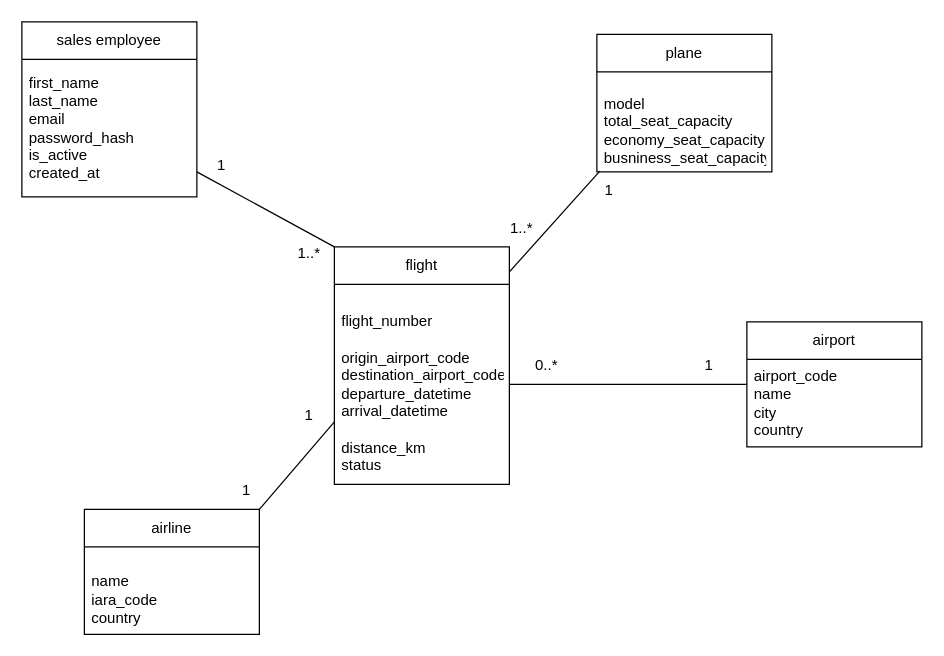
The draw.io diagram domain model search flight.drawio in Mike-keu/pr, before the edit. Source tidied: cells renumbered, new cells numbered last; positions are measured from the earlier drawing's top-left corner, leaving out a move shared by most shapes. Both pictures are drawn from the tidied source at 125%, with x=0, y=0 at pixel (21, 21).
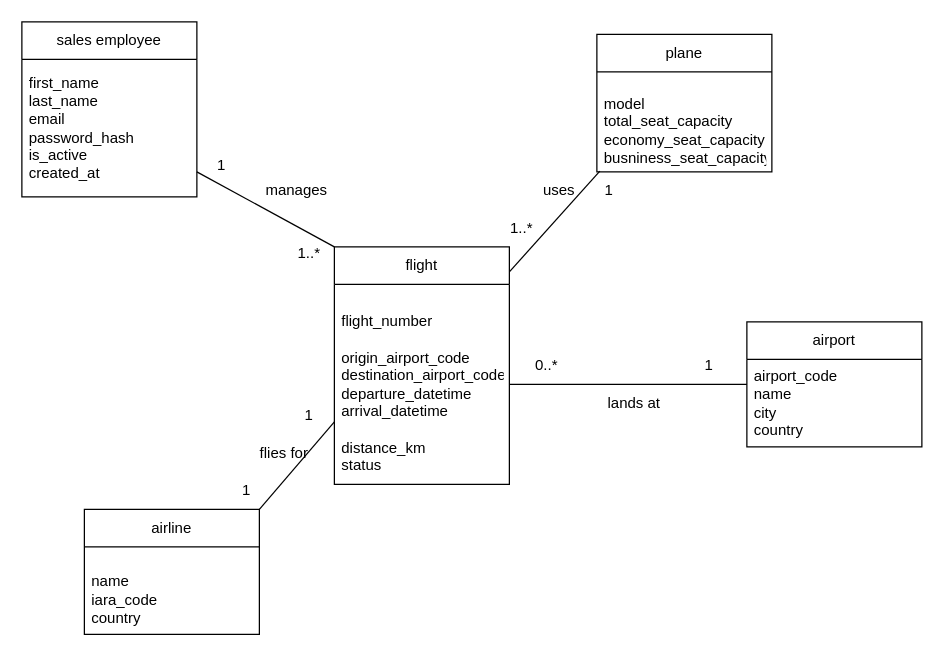
After the change.

Diff of the diagram source:
```diff
@@
+    <mxCell id="24" value="manages" style="text;html=1;whiteSpace=wrap;strokeColor=none;fillColor=none;align=center;verticalAlign=middle;rounded=0;" parent="1" vertex="1">
+      <mxGeometry x="190" y="120" width="60" height="30" as="geometry" />
+    </mxCell>
+    <mxCell id="25" value="lands at" style="text;html=1;whiteSpace=wrap;strokeColor=none;fillColor=none;align=center;verticalAlign=middle;rounded=0;" parent="1" vertex="1">
+      <mxGeometry x="460" y="290" width="60" height="30" as="geometry" />
+    </mxCell>
+    <mxCell id="26" value="flies for" style="text;html=1;whiteSpace=wrap;strokeColor=none;fillColor=none;align=center;verticalAlign=middle;rounded=0;" parent="1" vertex="1">
+      <mxGeometry x="180" y="330" width="60" height="30" as="geometry" />
+    </mxCell>
+    <mxCell id="27" value="uses" style="text;html=1;whiteSpace=wrap;strokeColor=none;fillColor=none;align=center;verticalAlign=middle;rounded=0;" parent="1" vertex="1">
+      <mxGeometry x="400" y="120" width="60" height="30" as="geometry" />
+    </mxCell>
```
